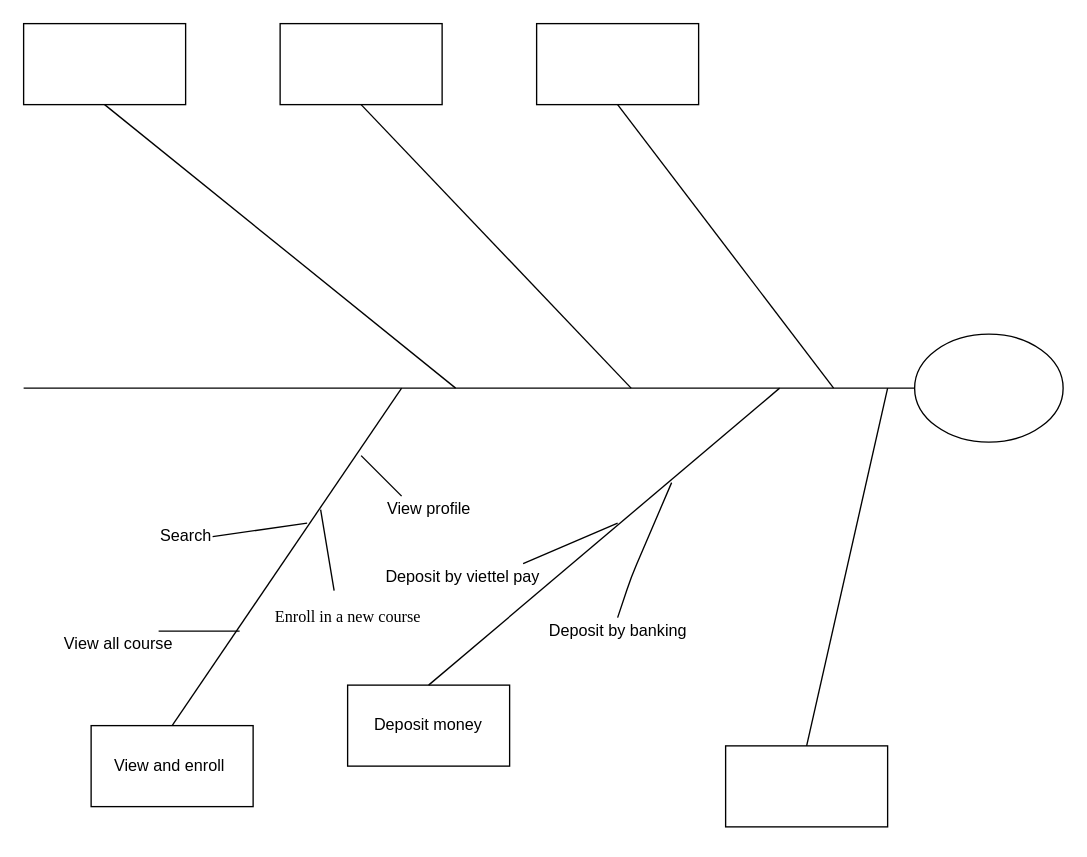
Before: Untitled Diagram.drawio in quangnt1702/math-util-live, a draw.io diagram. Source tidied: cells renumbered, new cells numbered last; positions are measured from the earlier drawing's top-left corner, leaving out a move shared by most shapes. Both pictures are drawn from the tidied source at 135%, with x=0, y=0 at pixel (23, 23).
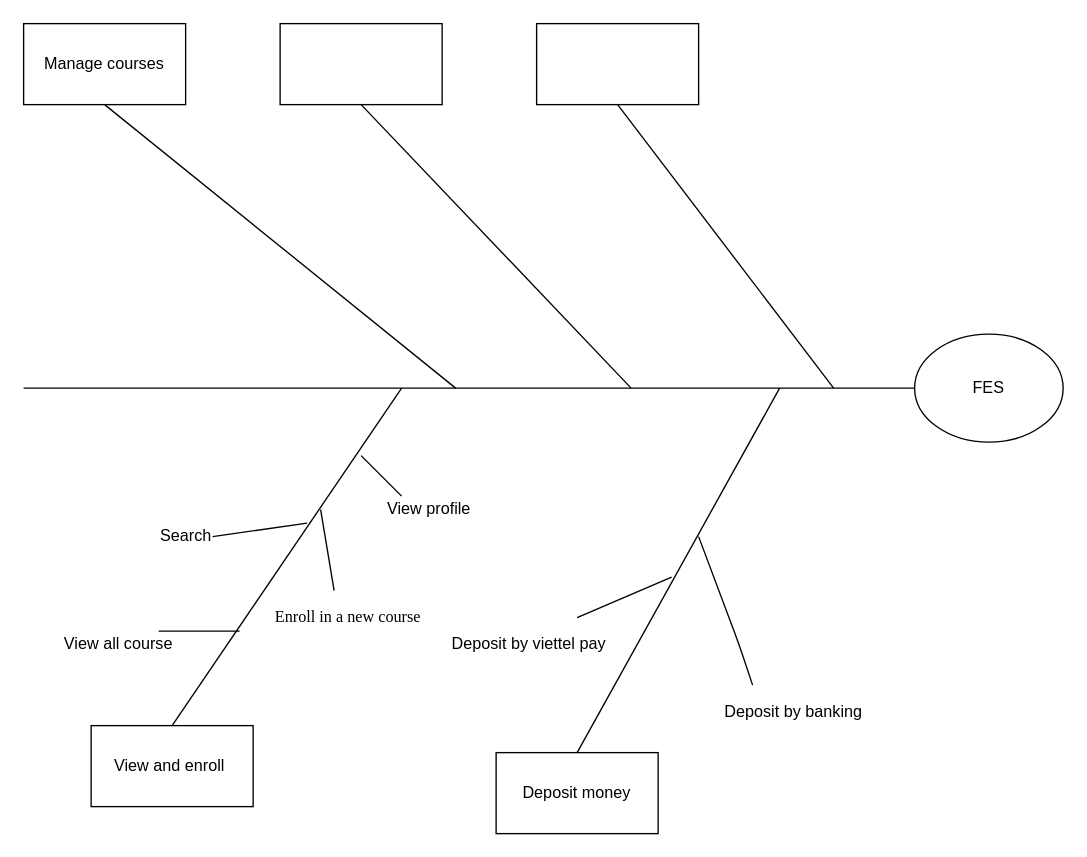
After the change.

What changed in the source:
```diff
@@
-    <mxCell id="2" style="ellipse;whiteSpace=wrap;html=1;" parent="1" vertex="1">
+    <mxCell id="2" value="FES" style="ellipse;whiteSpace=wrap;html=1;" parent="1" vertex="1">
       <mxGeometry x="660" y="230" width="110" height="80" as="geometry" />
     </mxCell>
@@
-    <mxCell id="4" style="rounded=0;whiteSpace=wrap;html=1;" parent="1" vertex="1">
+    <mxCell id="4" value="Manage courses" style="rounded=0;whiteSpace=wrap;html=1;" parent="1" vertex="1">
       <mxGeometry width="120" height="60" as="geometry" />
     </mxCell>
@@
-    <mxCell id="8" style="rounded=0;whiteSpace=wrap;html=1;" parent="1" vertex="1">
-      <mxGeometry x="520" y="535" width="120" height="60" as="geometry" />
-    </mxCell>
     <mxCell id="9" value="Deposit money" style="rounded=0;whiteSpace=wrap;html=1;" parent="1" vertex="1">
-      <mxGeometry x="240" y="490" width="120" height="60" as="geometry" />
+      <mxGeometry x="350" y="540" width="120" height="60" as="geometry" />
     </mxCell>
@@
-    <mxCell id="15" style="endArrow=none;html=1;exitX=0.5;exitY=0;exitDx=0;exitDy=0;" parent="1" edge="1" source="8">
-      <mxGeometry relative="1" as="geometry">
-        <mxPoint x="640" y="270" as="targetPoint" />
-      </mxGeometry>
-    </mxCell>
@@
     <mxCell id="24" style="endArrow=none;html=1;" parent="1" edge="1">
       <mxGeometry relative="1" as="geometry">
-        <mxPoint x="480" y="340" as="sourcePoint" />
-        <mxPoint x="440" y="440" as="targetPoint" />
+        <mxPoint x="500" y="380" as="sourcePoint" />
+        <mxPoint x="540" y="490" as="targetPoint" />
         <Array as="points">
-          <mxPoint x="450" y="410" />
+          <mxPoint x="530" y="460" />
         </Array>
       </mxGeometry>
     </mxCell>
     <mxCell id="25" value="Deposit by banking" style="text;html=1;align=center;verticalAlign=middle;strokeColor=none;fillColor=none;" parent="1" vertex="1">
-      <mxGeometry x="380" y="440" width="120" height="20" as="geometry" />
+      <mxGeometry x="510" y="500" width="120" height="20" as="geometry" />
     </mxCell>
     <mxCell id="26" style="endArrow=none;html=1;" parent="1" edge="1">
       <mxGeometry relative="1" as="geometry">
-        <mxPoint x="370" y="400" as="sourcePoint" />
-        <mxPoint x="440" y="370" as="targetPoint" />
+        <mxPoint x="410" y="440" as="sourcePoint" />
+        <mxPoint x="480" y="410" as="targetPoint" />
       </mxGeometry>
     </mxCell>
     <mxCell id="27" value="Deposit by viettel pay" style="text;html=1;align=center;verticalAlign=middle;strokeColor=none;fillColor=none;" parent="1" vertex="1">
-      <mxGeometry x="260" y="400" width="130" height="20" as="geometry" />
+      <mxGeometry x="309" y="450" width="130" height="20" as="geometry" />
     </mxCell>
```
